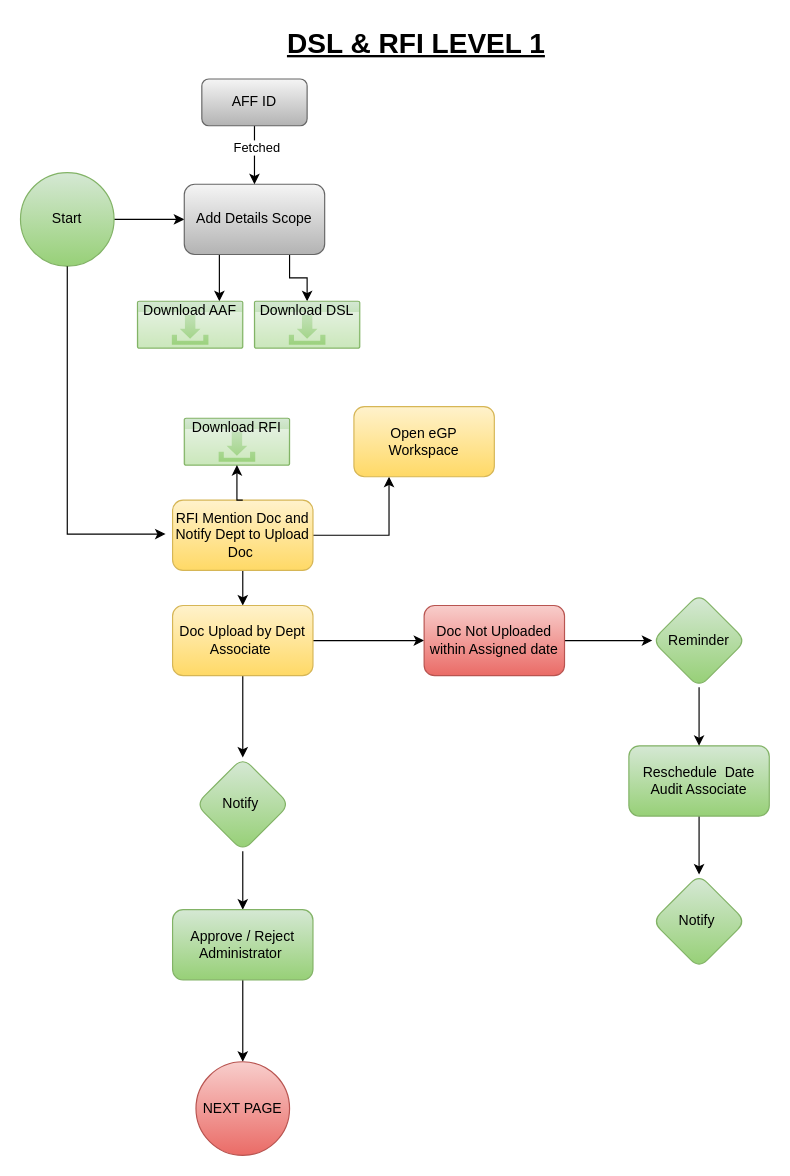
Above: page "DSL & RFI" (4 of 32) of ERM & IA DFD.drawio in AvikM1996/draw.io (draw.io), before the change. Source tidied: cells renumbered, new cells numbered last; positions are measured from the earlier drawing's top-left corner, leaving out a move shared by most shapes. Both pictures are drawn from the tidied source at 117%, with x=0, y=0 at pixel (20, 20).
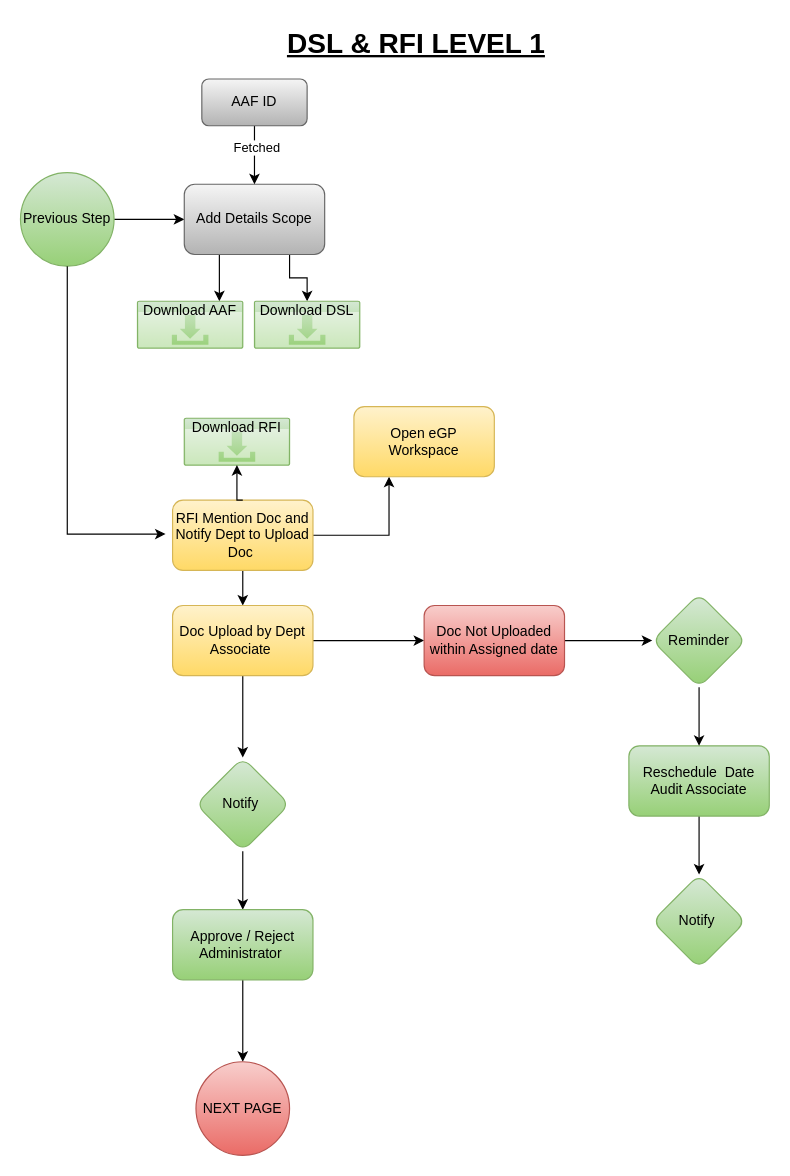
The same diagram, later.

What changed in the source:
```diff
@@
-    <mxCell id="18" value="Start" style="ellipse;whiteSpace=wrap;html=1;fillColor=#d5e8d4;strokeColor=#82b366;gradientColor=#97d077;" parent="1" vertex="1">
+    <mxCell id="18" value="Previous Step" style="ellipse;whiteSpace=wrap;html=1;fillColor=#d5e8d4;strokeColor=#82b366;gradientColor=#97d077;" parent="1" vertex="1">
       <mxGeometry y="130" width="80" height="80" as="geometry" />
     </mxCell>
@@
-    <mxCell id="28" value="AFF ID" style="rounded=1;whiteSpace=wrap;html=1;fillColor=#f5f5f5;gradientColor=#b3b3b3;strokeColor=#666666;" parent="1" vertex="1">
+    <mxCell id="28" value="AAF ID" style="rounded=1;whiteSpace=wrap;html=1;fillColor=#f5f5f5;gradientColor=#b3b3b3;strokeColor=#666666;" parent="1" vertex="1">
       <mxGeometry x="155" y="50" width="90" height="40" as="geometry" />
     </mxCell>
```
